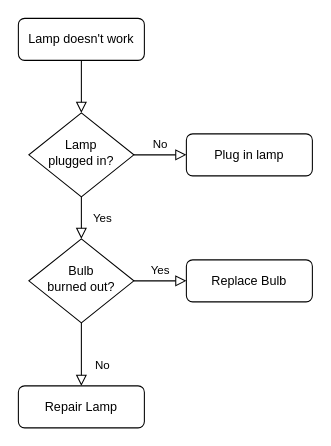
Above: MiniProject_C/2_Architecture/behavior Diagrams/Untitled Diagram.drawio in stepin654321/MiniProject_Template (draw.io), before the change. Source tidied: cells renumbered, new cells numbered last; positions are measured from the earlier drawing's top-left corner, leaving out a move shared by most shapes. Both pictures are drawn from the tidied source at 105%, with x=0, y=0 at pixel (18, 18).
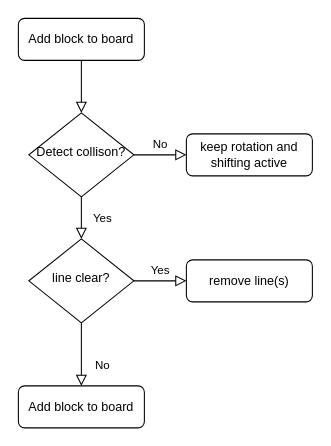
The same diagram, later.

Commit message:
Update Behavioral Diagram

The edit, as a diff of the source:
```diff
@@
 <mxGraphModel>
   <root>
     <mxCell id="0" />
     <mxCell id="1" parent="0" />
     <mxCell id="2" style="rounded=0;html=1;jettySize=auto;fontSize=11;endArrow=block;endFill=0;endSize=8;strokeWidth=1;shadow=0;labelBackgroundColor=none;edgeStyle=orthogonalEdgeStyle;" parent="1" edge="1" source="3" target="6">
       <mxGeometry relative="1" as="geometry" />
     </mxCell>
-    <mxCell id="3" value="Lamp doesn't work" style="rounded=1;whiteSpace=wrap;html=1;fontSize=12;glass=0;strokeWidth=1;shadow=0;" parent="1" vertex="1">
+    <mxCell id="3" value="Add block to board" style="rounded=1;whiteSpace=wrap;html=1;fontSize=12;glass=0;strokeWidth=1;shadow=0;" parent="1" vertex="1">
       <mxGeometry width="120" height="40" as="geometry" />
     </mxCell>
     <mxCell id="4" value="Yes" style="rounded=0;html=1;jettySize=auto;fontSize=11;endArrow=block;endFill=0;endSize=8;strokeWidth=1;shadow=0;labelBackgroundColor=none;edgeStyle=orthogonalEdgeStyle;" parent="1" edge="1" source="6" target="10">
       <mxGeometry y="20" relative="1" as="geometry" />
     </mxCell>
     <mxCell id="5" value="No" style="edgeStyle=orthogonalEdgeStyle;rounded=0;html=1;jettySize=auto;fontSize=11;endArrow=block;endFill=0;endSize=8;strokeWidth=1;shadow=0;labelBackgroundColor=none;" parent="1" edge="1" source="6" target="7">
       <mxGeometry y="10" relative="1" as="geometry" />
     </mxCell>
-    <mxCell id="6" value="Lamp&lt;br&gt;plugged in?" style="rhombus;whiteSpace=wrap;html=1;shadow=0;fontFamily=Helvetica;fontSize=12;align=center;strokeWidth=1;spacing=6;spacingTop=-4;" parent="1" vertex="1">
+    <mxCell id="6" value="Detect collison?" style="rhombus;whiteSpace=wrap;html=1;shadow=0;fontFamily=Helvetica;fontSize=12;align=center;strokeWidth=1;spacing=6;spacingTop=-4;" parent="1" vertex="1">
       <mxGeometry x="10" y="90" width="100" height="80" as="geometry" />
     </mxCell>
-    <mxCell id="7" value="Plug in lamp" style="rounded=1;whiteSpace=wrap;html=1;fontSize=12;glass=0;strokeWidth=1;shadow=0;" parent="1" vertex="1">
+    <mxCell id="7" value="keep rotation and shifting active" style="rounded=1;whiteSpace=wrap;html=1;fontSize=12;glass=0;strokeWidth=1;shadow=0;" parent="1" vertex="1">
       <mxGeometry x="160" y="110" width="120" height="40" as="geometry" />
     </mxCell>
     <mxCell id="8" value="No" style="rounded=0;html=1;jettySize=auto;fontSize=11;endArrow=block;endFill=0;endSize=8;strokeWidth=1;shadow=0;labelBackgroundColor=none;edgeStyle=orthogonalEdgeStyle;" parent="1" edge="1" source="10" target="11">
       <mxGeometry x="0.33" y="20" relative="1" as="geometry" />
     </mxCell>
     <mxCell id="9" value="Yes" style="edgeStyle=orthogonalEdgeStyle;rounded=0;html=1;jettySize=auto;fontSize=11;endArrow=block;endFill=0;endSize=8;strokeWidth=1;shadow=0;labelBackgroundColor=none;" parent="1" edge="1" source="10" target="12">
       <mxGeometry y="10" relative="1" as="geometry" />
     </mxCell>
-    <mxCell id="10" value="Bulb&lt;br&gt;burned out?" style="rhombus;whiteSpace=wrap;html=1;shadow=0;fontFamily=Helvetica;fontSize=12;align=center;strokeWidth=1;spacing=6;spacingTop=-4;" parent="1" vertex="1">
+    <mxCell id="10" value="line clear?" style="rhombus;whiteSpace=wrap;html=1;shadow=0;fontFamily=Helvetica;fontSize=12;align=center;strokeWidth=1;spacing=6;spacingTop=-4;" parent="1" vertex="1">
       <mxGeometry x="10" y="210" width="100" height="80" as="geometry" />
     </mxCell>
-    <mxCell id="11" value="Repair Lamp" style="rounded=1;whiteSpace=wrap;html=1;fontSize=12;glass=0;strokeWidth=1;shadow=0;" parent="1" vertex="1">
+    <mxCell id="11" value="Add block to board" style="rounded=1;whiteSpace=wrap;html=1;fontSize=12;glass=0;strokeWidth=1;shadow=0;" parent="1" vertex="1">
       <mxGeometry y="350" width="120" height="40" as="geometry" />
     </mxCell>
-    <mxCell id="12" value="Replace Bulb" style="rounded=1;whiteSpace=wrap;html=1;fontSize=12;glass=0;strokeWidth=1;shadow=0;" parent="1" vertex="1">
+    <mxCell id="12" value="remove line(s)" style="rounded=1;whiteSpace=wrap;html=1;fontSize=12;glass=0;strokeWidth=1;shadow=0;" parent="1" vertex="1">
       <mxGeometry x="160" y="230" width="120" height="40" as="geometry" />
     </mxCell>
   </root>
 </mxGraphModel>
```
